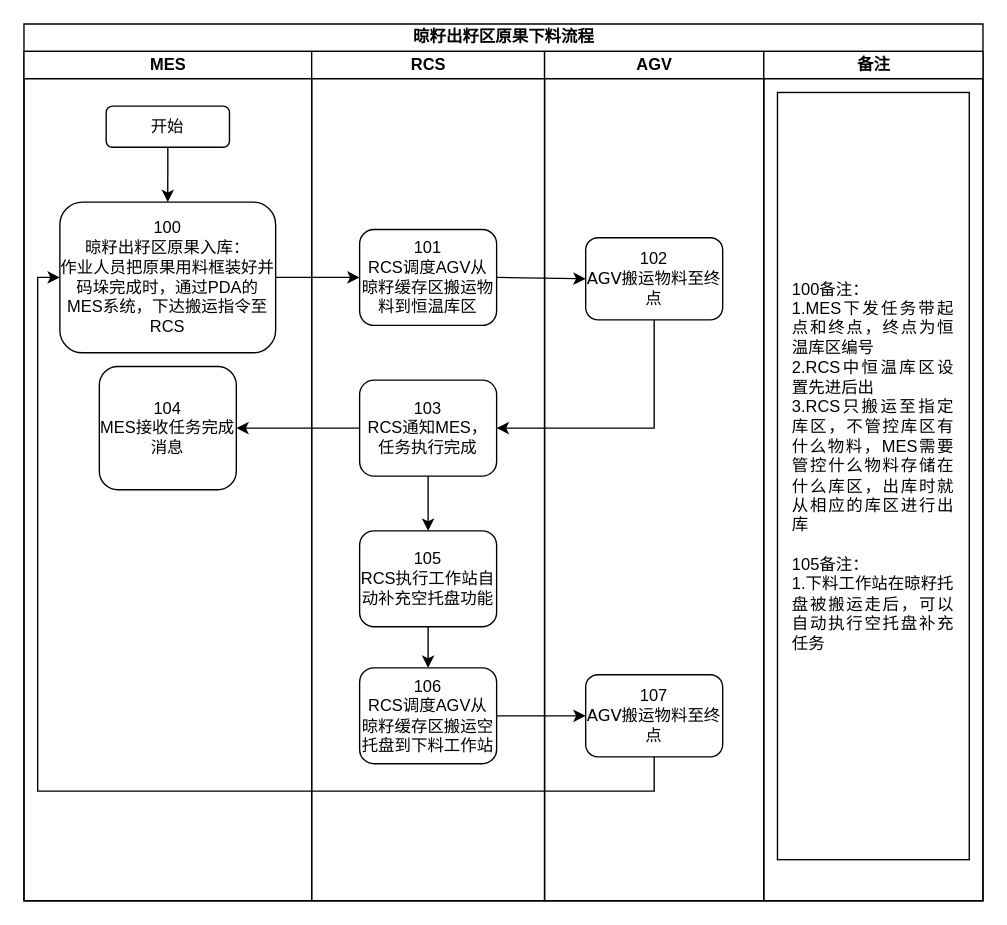
Earlier version of the draw.io diagram page "晾籽出籽区原果下料流程" (1 of 18) of data/伍子醉-无MES业务流程图.drawio (chenyanxi/hosts). Source tidied: cells renumbered, new cells numbered last; positions are measured from the earlier drawing's top-left corner, leaving out a move shared by most shapes. Both pictures are drawn from the tidied source at 137%, with x=0, y=0 at pixel (23, 23).
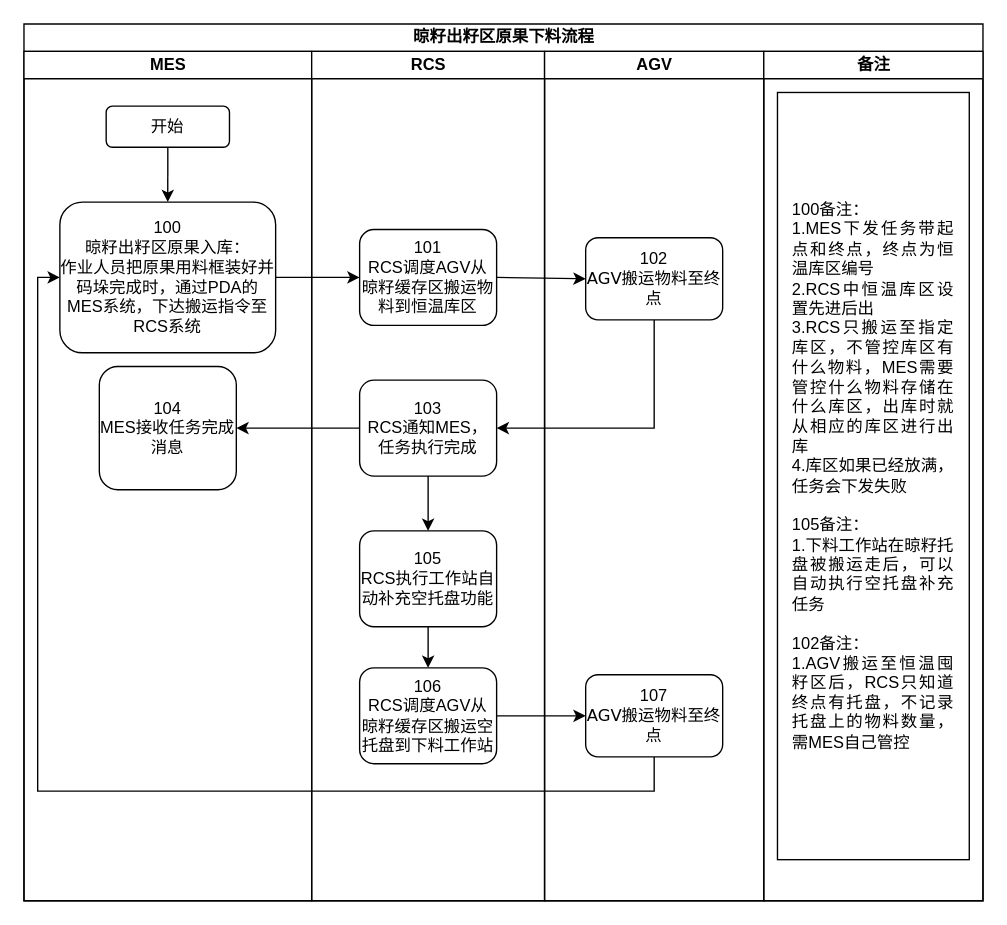
After the change.

Unchanged cells that the change refers to:
```xml
<mxCell id="3" value="MES" style="swimlane;html=1;startSize=20;" parent="2" vertex="1">
  <mxGeometry y="20" width="210" height="620" as="geometry" />
</mxCell>
<mxCell id="18" value="备注" style="swimlane;html=1;startSize=20;" parent="2" vertex="1">
  <mxGeometry x="540" y="20" width="160" height="620" as="geometry" />
</mxCell>
```

Diff of the diagram source:
```diff
@@
-    <mxCell id="5" value="&lt;font style=&quot;font-size: 12px;&quot; face=&quot;Helvetica&quot;&gt;100&lt;br&gt;晾籽出籽区原果入库：&lt;br&gt;&lt;/font&gt;&lt;div&gt;&lt;font face=&quot;Helvetica&quot;&gt;&lt;span style=&quot;font-size: 12px;&quot;&gt;作业人员把原果用料框装好并码垛完成时，&lt;/span&gt;&lt;/font&gt;&lt;span style=&quot;font-family: Helvetica; font-size: 12px; background-color: initial;&quot;&gt;通过PDA的MES系统，下达搬运指令至RCS&lt;/span&gt;&lt;/div&gt;" style="rounded=1;whiteSpace=wrap;html=1;shadow=0;labelBackgroundColor=none;strokeWidth=1;fontFamily=Verdana;fontSize=8;align=center;" parent="3" vertex="1">
+    <mxCell id="5" value="&lt;font style=&quot;font-size: 12px;&quot; face=&quot;Helvetica&quot;&gt;100&lt;br&gt;晾籽出籽区原果入库：&lt;br&gt;&lt;/font&gt;&lt;div&gt;&lt;font face=&quot;Helvetica&quot;&gt;&lt;span style=&quot;font-size: 12px;&quot;&gt;作业人员把原果用料框装好并码垛完成时，&lt;/span&gt;&lt;/font&gt;&lt;span style=&quot;font-family: Helvetica; font-size: 12px; background-color: initial;&quot;&gt;通过PDA的MES系统，下达搬运指令至RCS系统&lt;/span&gt;&lt;/div&gt;" style="rounded=1;whiteSpace=wrap;html=1;shadow=0;labelBackgroundColor=none;strokeWidth=1;fontFamily=Verdana;fontSize=8;align=center;" parent="3" vertex="1">
       <mxGeometry x="26.2" y="110" width="157.5" height="110" as="geometry" />
     </mxCell>
@@
-    <mxCell id="19" value="&lt;div style=&quot;text-align: justify;&quot;&gt;100备注：&lt;/div&gt;&lt;div style=&quot;text-align: justify;&quot;&gt;&lt;span style=&quot;text-align: center;&quot;&gt;1.MES下发任务带起点和终点，终点为恒温库区编号&lt;/span&gt;&lt;/div&gt;&lt;div style=&quot;text-align: justify;&quot;&gt;&lt;span style=&quot;text-align: center;&quot;&gt;2.RCS中恒温库区设置先进后出&lt;/span&gt;&lt;/div&gt;&lt;div style=&quot;text-align: justify;&quot;&gt;&lt;span style=&quot;text-align: center;&quot;&gt;3.RCS只搬运至指定库区，不管控库区有什么物料，MES需要管控什么物料存储在什么库区，出库时就从相应的库区进行出库&lt;/span&gt;&lt;/div&gt;&lt;div style=&quot;text-align: justify;&quot;&gt;&lt;span style=&quot;text-align: center;&quot;&gt;&lt;br&gt;&lt;/span&gt;&lt;/div&gt;&lt;div style=&quot;text-align: justify;&quot;&gt;&lt;span style=&quot;text-align: center;&quot;&gt;105备注：&lt;/span&gt;&lt;/div&gt;&lt;div style=&quot;text-align: justify;&quot;&gt;&lt;span style=&quot;text-align: center;&quot;&gt;1.下料工作站在晾籽托盘被搬运走后，可以自动执行空托盘补充任务&lt;/span&gt;&lt;/div&gt;&lt;div style=&quot;text-align: justify;&quot;&gt;&lt;br&gt;&lt;/div&gt;" style="rounded=0;whiteSpace=wrap;html=1;spacingTop=5;spacingLeft=10;spacingBottom=5;spacingRight=10;" parent="18" vertex="1">
+    <mxCell id="19" value="&lt;div style=&quot;text-align: justify;&quot;&gt;100备注：&lt;/div&gt;&lt;div style=&quot;text-align: justify;&quot;&gt;&lt;span style=&quot;text-align: center;&quot;&gt;1.MES下发任务带起点和终点，终点为恒温库区编号&lt;/span&gt;&lt;/div&gt;&lt;div style=&quot;text-align: justify;&quot;&gt;&lt;span style=&quot;text-align: center;&quot;&gt;2.RCS中恒温库区设置先进后出&lt;/span&gt;&lt;/div&gt;&lt;div style=&quot;text-align: justify;&quot;&gt;&lt;span style=&quot;text-align: center;&quot;&gt;3.RCS只搬运至指定库区，不管控库区有什么物料，MES需要管控什么物料存储在什么库区，出库时就从相应的库区进行出库&lt;/span&gt;&lt;/div&gt;&lt;div style=&quot;text-align: justify;&quot;&gt;&lt;span style=&quot;text-align: center;&quot;&gt;4.库区如果已经放满，任务会下发失败&lt;/span&gt;&lt;/div&gt;&lt;div style=&quot;text-align: justify;&quot;&gt;&lt;span style=&quot;text-align: center;&quot;&gt;&lt;br&gt;&lt;/span&gt;&lt;/div&gt;&lt;div style=&quot;text-align: justify;&quot;&gt;&lt;span style=&quot;text-align: center;&quot;&gt;105备注：&lt;/span&gt;&lt;/div&gt;&lt;div style=&quot;text-align: justify;&quot;&gt;&lt;span style=&quot;text-align: center;&quot;&gt;1.下料工作站在晾籽托盘被搬运走后，可以自动执行空托盘补充任务&lt;/span&gt;&lt;/div&gt;&lt;div style=&quot;text-align: justify;&quot;&gt;&lt;br&gt;&lt;/div&gt;&lt;div style=&quot;text-align: justify;&quot;&gt;102备注：&lt;/div&gt;&lt;div style=&quot;text-align: justify;&quot;&gt;1.AGV搬运至恒温囤籽区后，RCS只知道终点有托盘，不记录托盘上的物料数量，需MES自己管控&lt;/div&gt;" style="rounded=0;whiteSpace=wrap;html=1;spacingTop=5;spacingLeft=10;spacingBottom=5;spacingRight=10;" parent="18" vertex="1">
       <mxGeometry x="10" y="30" width="140" height="560" as="geometry" />
     </mxCell>
```
